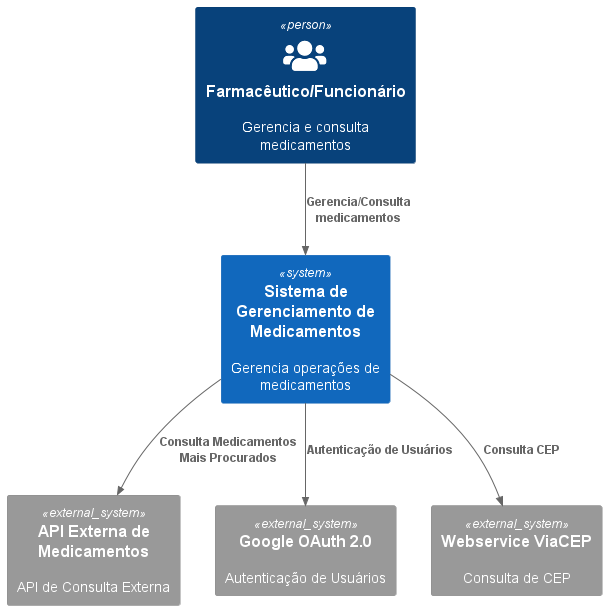
Earlier version of the PlantUML export out/Contexto/Contexto/Contexto.png (echotasuku/Scripts_Diagramas).
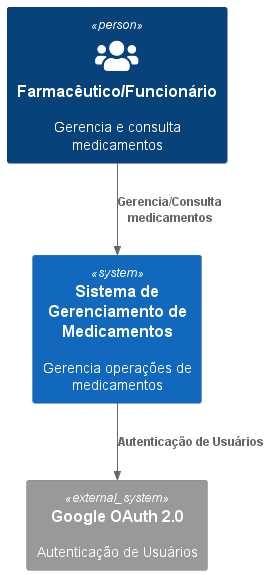
The same file after the commit.

The edit, as a diff of the source:
```diff
@@ -12,13 +12,9 @@
 
 System(system, "Sistema de Gerenciamento de Medicamentos", "Gerencia operações de medicamentos")
 
-System_Ext(apiExterna, "API Externa de Medicamentos", "API de Consulta Externa")
 System_Ext(oauth, "Google OAuth 2.0", "Autenticação de Usuários")
-System_Ext(viaCep, "Webservice ViaCEP", "Consulta de CEP")
 
 Rel(farmaceutico, system, "Gerencia/Consulta medicamentos")
-Rel(system, apiExterna, "Consulta Medicamentos Mais Procurados")
 Rel(system, oauth, "Autenticação de Usuários")
-Rel(system, viaCep, "Consulta CEP")
 
 @enduml
```
